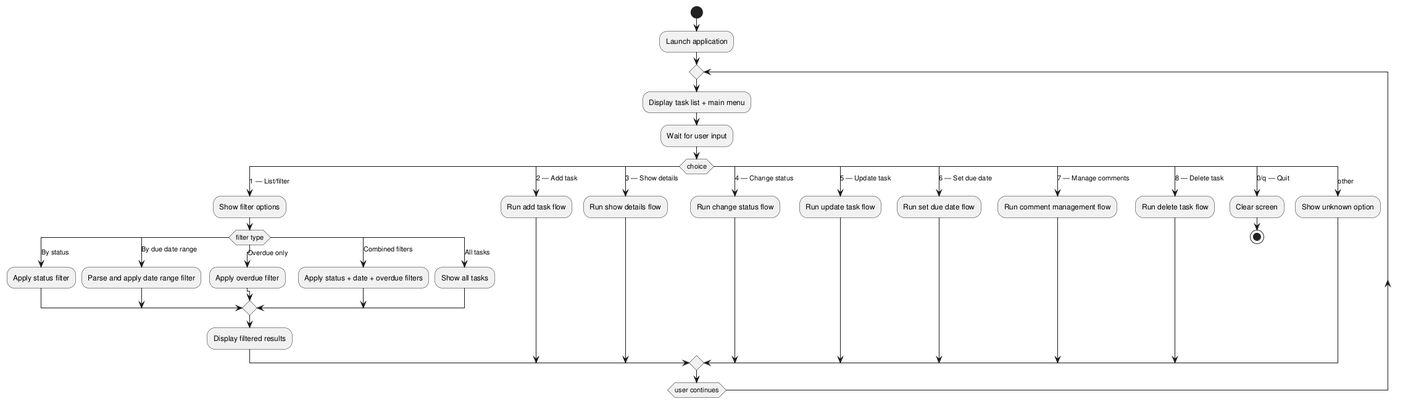
This is experiments/supervisor_as_tools/structured_text/TODO/artifacts/activity_diagram.png from DanielRiha8906/Software_autoevolution_using_agents, a PlantUML export, as it was before one commit.
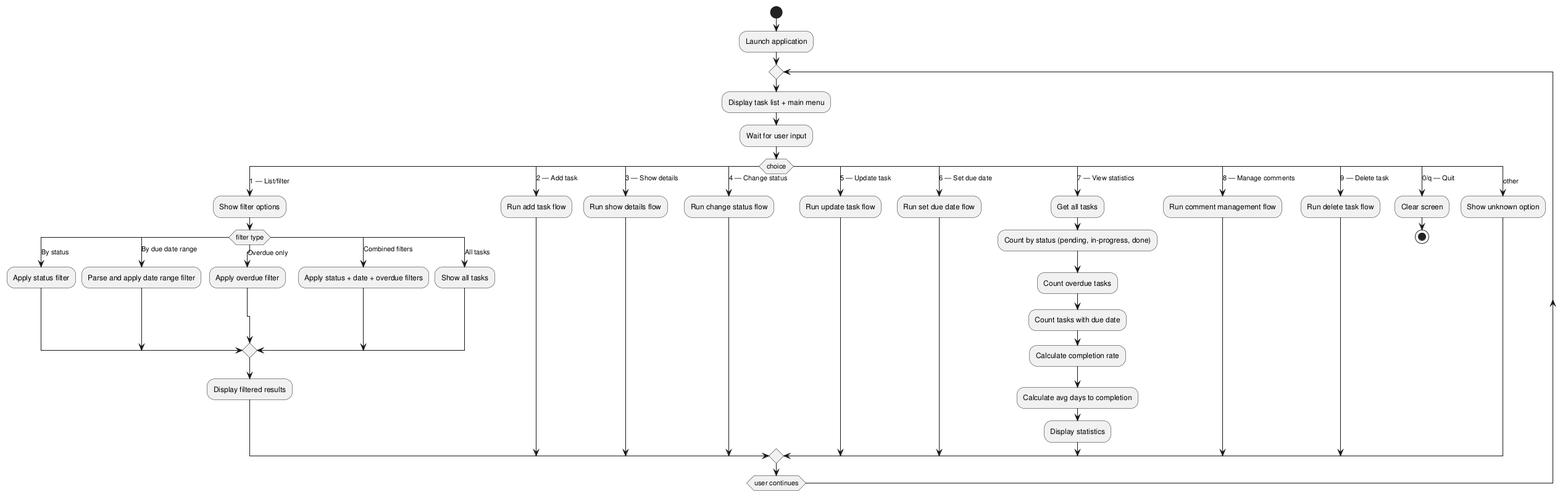
Above is the later version.

What changed in the source:
```diff
@@ -33,9 +33,17 @@
       :Run update task flow;
     case (6 — Set due date)
       :Run set due date flow;
-    case (7 — Manage comments)
+    case (7 — View statistics)
+      :Get all tasks;
+      :Count by status (pending, in-progress, done);
+      :Count overdue tasks;
+      :Count tasks with due date;
+      :Calculate completion rate;
+      :Calculate avg days to completion;
+      :Display statistics;
+    case (8 — Manage comments)
       :Run comment management flow;
-    case (8 — Delete task)
+    case (9 — Delete task)
       :Run delete task flow;
     case (0/q — Quit)
       :Clear screen;
```
